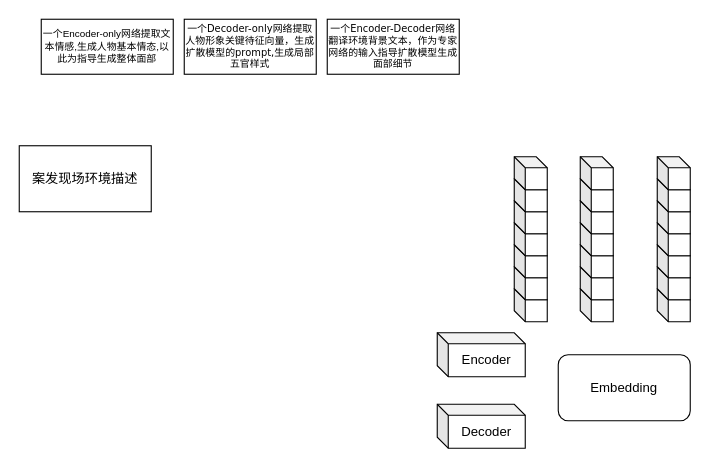
Earlier version of the draw.io diagram AIGC for Text2Face.drawio (hrf666666/FlowCharts). Source tidied: cells renumbered, new cells numbered last; positions are measured from the earlier drawing's top-left corner, leaving out a move shared by most shapes. Both pictures are drawn from the tidied source at 110%, with x=0, y=0 at pixel (19, 19).
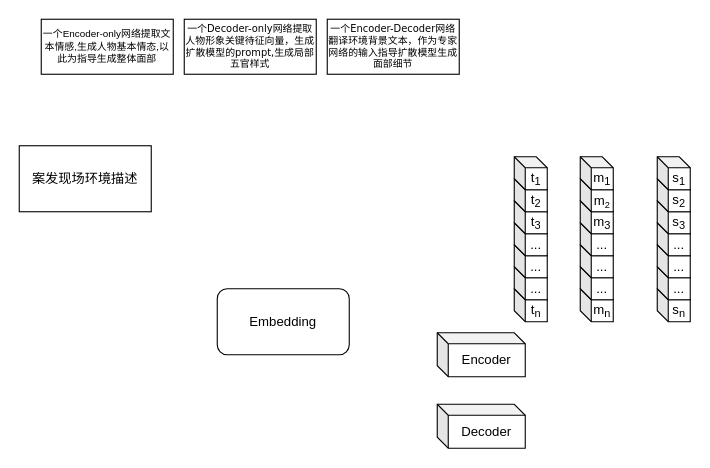
Above is the later version.

The edit, as a diff of the source:
```diff
@@
-    <mxCell id="6" style="shape=cube;whiteSpace=wrap;html=1;boundedLbl=1;backgroundOutline=1;darkOpacity=0.05;darkOpacity2=0.1;size=10;" parent="1" vertex="1">
+    <mxCell id="6" value="t&lt;sub&gt;n&lt;/sub&gt;" style="shape=cube;whiteSpace=wrap;html=1;boundedLbl=1;backgroundOutline=1;darkOpacity=0.05;darkOpacity2=0.1;size=10;" parent="1" vertex="1">
       <mxGeometry x="450" y="245" width="30" height="30" as="geometry" />
     </mxCell>
-    <mxCell id="7" style="shape=cube;whiteSpace=wrap;html=1;boundedLbl=1;backgroundOutline=1;darkOpacity=0.05;darkOpacity2=0.1;size=10;" parent="1" vertex="1">
+    <mxCell id="7" value="..." style="shape=cube;whiteSpace=wrap;html=1;boundedLbl=1;backgroundOutline=1;darkOpacity=0.05;darkOpacity2=0.1;size=10;" parent="1" vertex="1">
       <mxGeometry x="450" y="225" width="30" height="30" as="geometry" />
     </mxCell>
-    <mxCell id="8" style="shape=cube;whiteSpace=wrap;html=1;boundedLbl=1;backgroundOutline=1;darkOpacity=0.05;darkOpacity2=0.1;size=10;" parent="1" vertex="1">
+    <mxCell id="8" value="..." style="shape=cube;whiteSpace=wrap;html=1;boundedLbl=1;backgroundOutline=1;darkOpacity=0.05;darkOpacity2=0.1;size=10;" parent="1" vertex="1">
       <mxGeometry x="450" y="205" width="30" height="30" as="geometry" />
     </mxCell>
-    <mxCell id="9" style="shape=cube;whiteSpace=wrap;html=1;boundedLbl=1;backgroundOutline=1;darkOpacity=0.05;darkOpacity2=0.1;size=10;" parent="1" vertex="1">
+    <mxCell id="9" value="..." style="shape=cube;whiteSpace=wrap;html=1;boundedLbl=1;backgroundOutline=1;darkOpacity=0.05;darkOpacity2=0.1;size=10;" parent="1" vertex="1">
       <mxGeometry x="450" y="185" width="30" height="30" as="geometry" />
     </mxCell>
-    <mxCell id="10" style="shape=cube;whiteSpace=wrap;html=1;boundedLbl=1;backgroundOutline=1;darkOpacity=0.05;darkOpacity2=0.1;size=10;" parent="1" vertex="1">
+    <mxCell id="10" value="t&lt;sub&gt;3&lt;/sub&gt;" style="shape=cube;whiteSpace=wrap;html=1;boundedLbl=1;backgroundOutline=1;darkOpacity=0.05;darkOpacity2=0.1;size=10;" parent="1" vertex="1">
       <mxGeometry x="450" y="165" width="30" height="30" as="geometry" />
     </mxCell>
-    <mxCell id="11" style="shape=cube;whiteSpace=wrap;html=1;boundedLbl=1;backgroundOutline=1;darkOpacity=0.05;darkOpacity2=0.1;size=10;" parent="1" vertex="1">
+    <mxCell id="11" value="t&lt;sub&gt;2&lt;/sub&gt;" style="shape=cube;whiteSpace=wrap;html=1;boundedLbl=1;backgroundOutline=1;darkOpacity=0.05;darkOpacity2=0.1;size=10;" parent="1" vertex="1">
       <mxGeometry x="450" y="145" width="30" height="30" as="geometry" />
     </mxCell>
-    <mxCell id="12" style="shape=cube;whiteSpace=wrap;html=1;boundedLbl=1;backgroundOutline=1;darkOpacity=0.05;darkOpacity2=0.1;size=10;" parent="1" vertex="1">
+    <mxCell id="12" value="t&lt;sub&gt;1&lt;/sub&gt;" style="shape=cube;whiteSpace=wrap;html=1;boundedLbl=1;backgroundOutline=1;darkOpacity=0.05;darkOpacity2=0.1;size=10;" parent="1" vertex="1">
       <mxGeometry x="450" y="125" width="30" height="30" as="geometry" />
     </mxCell>
-    <mxCell id="13" style="shape=cube;whiteSpace=wrap;html=1;boundedLbl=1;backgroundOutline=1;darkOpacity=0.05;darkOpacity2=0.1;size=10;" parent="1" vertex="1">
+    <mxCell id="13" value="m&lt;sub&gt;n&lt;/sub&gt;" style="shape=cube;whiteSpace=wrap;html=1;boundedLbl=1;backgroundOutline=1;darkOpacity=0.05;darkOpacity2=0.1;size=10;" parent="1" vertex="1">
       <mxGeometry x="510" y="245" width="30" height="30" as="geometry" />
     </mxCell>
-    <mxCell id="14" style="shape=cube;whiteSpace=wrap;html=1;boundedLbl=1;backgroundOutline=1;darkOpacity=0.05;darkOpacity2=0.1;size=10;" parent="1" vertex="1">
+    <mxCell id="14" value="..." style="shape=cube;whiteSpace=wrap;html=1;boundedLbl=1;backgroundOutline=1;darkOpacity=0.05;darkOpacity2=0.1;size=10;" parent="1" vertex="1">
       <mxGeometry x="510" y="225" width="30" height="30" as="geometry" />
     </mxCell>
-    <mxCell id="15" style="shape=cube;whiteSpace=wrap;html=1;boundedLbl=1;backgroundOutline=1;darkOpacity=0.05;darkOpacity2=0.1;size=10;" parent="1" vertex="1">
+    <mxCell id="15" value="..." style="shape=cube;whiteSpace=wrap;html=1;boundedLbl=1;backgroundOutline=1;darkOpacity=0.05;darkOpacity2=0.1;size=10;" parent="1" vertex="1">
       <mxGeometry x="510" y="205" width="30" height="30" as="geometry" />
     </mxCell>
-    <mxCell id="16" style="shape=cube;whiteSpace=wrap;html=1;boundedLbl=1;backgroundOutline=1;darkOpacity=0.05;darkOpacity2=0.1;size=10;" parent="1" vertex="1">
+    <mxCell id="16" value="..." style="shape=cube;whiteSpace=wrap;html=1;boundedLbl=1;backgroundOutline=1;darkOpacity=0.05;darkOpacity2=0.1;size=10;" parent="1" vertex="1">
       <mxGeometry x="510" y="185" width="30" height="30" as="geometry" />
     </mxCell>
-    <mxCell id="17" style="shape=cube;whiteSpace=wrap;html=1;boundedLbl=1;backgroundOutline=1;darkOpacity=0.05;darkOpacity2=0.1;size=10;" parent="1" vertex="1">
+    <mxCell id="17" value="m&lt;sub&gt;3&lt;/sub&gt;" style="shape=cube;whiteSpace=wrap;html=1;boundedLbl=1;backgroundOutline=1;darkOpacity=0.05;darkOpacity2=0.1;size=10;" parent="1" vertex="1">
       <mxGeometry x="510" y="165" width="30" height="30" as="geometry" />
     </mxCell>
-    <mxCell id="18" style="shape=cube;whiteSpace=wrap;html=1;boundedLbl=1;backgroundOutline=1;darkOpacity=0.05;darkOpacity2=0.1;size=10;" parent="1" vertex="1">
+    <mxCell id="18" value="m&lt;span style=&quot;font-size: 10px;&quot;&gt;&lt;sub&gt;2&lt;/sub&gt;&lt;/span&gt;" style="shape=cube;whiteSpace=wrap;html=1;boundedLbl=1;backgroundOutline=1;darkOpacity=0.05;darkOpacity2=0.1;size=10;" parent="1" vertex="1">
       <mxGeometry x="510" y="145" width="30" height="30" as="geometry" />
     </mxCell>
-    <mxCell id="19" style="shape=cube;whiteSpace=wrap;html=1;boundedLbl=1;backgroundOutline=1;darkOpacity=0.05;darkOpacity2=0.1;size=10;" parent="1" vertex="1">
+    <mxCell id="19" value="m&lt;sub&gt;1&lt;/sub&gt;" style="shape=cube;whiteSpace=wrap;html=1;boundedLbl=1;backgroundOutline=1;darkOpacity=0.05;darkOpacity2=0.1;size=10;" parent="1" vertex="1">
       <mxGeometry x="510" y="125" width="30" height="30" as="geometry" />
     </mxCell>
-    <mxCell id="20" style="shape=cube;whiteSpace=wrap;html=1;boundedLbl=1;backgroundOutline=1;darkOpacity=0.05;darkOpacity2=0.1;size=10;" parent="1" vertex="1">
+    <mxCell id="20" value="s&lt;sub&gt;n&lt;/sub&gt;" style="shape=cube;whiteSpace=wrap;html=1;boundedLbl=1;backgroundOutline=1;darkOpacity=0.05;darkOpacity2=0.1;size=10;" parent="1" vertex="1">
       <mxGeometry x="580" y="245" width="30" height="30" as="geometry" />
     </mxCell>
-    <mxCell id="21" style="shape=cube;whiteSpace=wrap;html=1;boundedLbl=1;backgroundOutline=1;darkOpacity=0.05;darkOpacity2=0.1;size=10;" parent="1" vertex="1">
+    <mxCell id="21" value="..." style="shape=cube;whiteSpace=wrap;html=1;boundedLbl=1;backgroundOutline=1;darkOpacity=0.05;darkOpacity2=0.1;size=10;" parent="1" vertex="1">
       <mxGeometry x="580" y="225" width="30" height="30" as="geometry" />
     </mxCell>
-    <mxCell id="22" style="shape=cube;whiteSpace=wrap;html=1;boundedLbl=1;backgroundOutline=1;darkOpacity=0.05;darkOpacity2=0.1;size=10;" parent="1" vertex="1">
+    <mxCell id="22" value="..." style="shape=cube;whiteSpace=wrap;html=1;boundedLbl=1;backgroundOutline=1;darkOpacity=0.05;darkOpacity2=0.1;size=10;" parent="1" vertex="1">
       <mxGeometry x="580" y="205" width="30" height="30" as="geometry" />
     </mxCell>
-    <mxCell id="23" style="shape=cube;whiteSpace=wrap;html=1;boundedLbl=1;backgroundOutline=1;darkOpacity=0.05;darkOpacity2=0.1;size=10;" parent="1" vertex="1">
+    <mxCell id="23" value="..." style="shape=cube;whiteSpace=wrap;html=1;boundedLbl=1;backgroundOutline=1;darkOpacity=0.05;darkOpacity2=0.1;size=10;" parent="1" vertex="1">
       <mxGeometry x="580" y="185" width="30" height="30" as="geometry" />
     </mxCell>
-    <mxCell id="24" style="shape=cube;whiteSpace=wrap;html=1;boundedLbl=1;backgroundOutline=1;darkOpacity=0.05;darkOpacity2=0.1;size=10;" parent="1" vertex="1">
+    <mxCell id="24" value="s&lt;sub&gt;3&lt;/sub&gt;" style="shape=cube;whiteSpace=wrap;html=1;boundedLbl=1;backgroundOutline=1;darkOpacity=0.05;darkOpacity2=0.1;size=10;" parent="1" vertex="1">
       <mxGeometry x="580" y="165" width="30" height="30" as="geometry" />
     </mxCell>
-    <mxCell id="25" style="shape=cube;whiteSpace=wrap;html=1;boundedLbl=1;backgroundOutline=1;darkOpacity=0.05;darkOpacity2=0.1;size=10;" parent="1" vertex="1">
+    <mxCell id="25" value="s&lt;sub&gt;2&lt;/sub&gt;" style="shape=cube;whiteSpace=wrap;html=1;boundedLbl=1;backgroundOutline=1;darkOpacity=0.05;darkOpacity2=0.1;size=10;" parent="1" vertex="1">
       <mxGeometry x="580" y="145" width="30" height="30" as="geometry" />
     </mxCell>
-    <mxCell id="26" style="shape=cube;whiteSpace=wrap;html=1;boundedLbl=1;backgroundOutline=1;darkOpacity=0.05;darkOpacity2=0.1;size=10;" parent="1" vertex="1">
+    <mxCell id="26" value="s&lt;sub&gt;1&lt;/sub&gt;" style="shape=cube;whiteSpace=wrap;html=1;boundedLbl=1;backgroundOutline=1;darkOpacity=0.05;darkOpacity2=0.1;size=10;" parent="1" vertex="1">
       <mxGeometry x="580" y="125" width="30" height="30" as="geometry" />
     </mxCell>
     <mxCell id="27" value="Embedding" style="rounded=1;whiteSpace=wrap;html=1;" parent="1" vertex="1">
-      <mxGeometry x="490" y="305" width="120" height="60" as="geometry" />
+      <mxGeometry x="180" y="245" width="120" height="60" as="geometry" />
     </mxCell>
```
